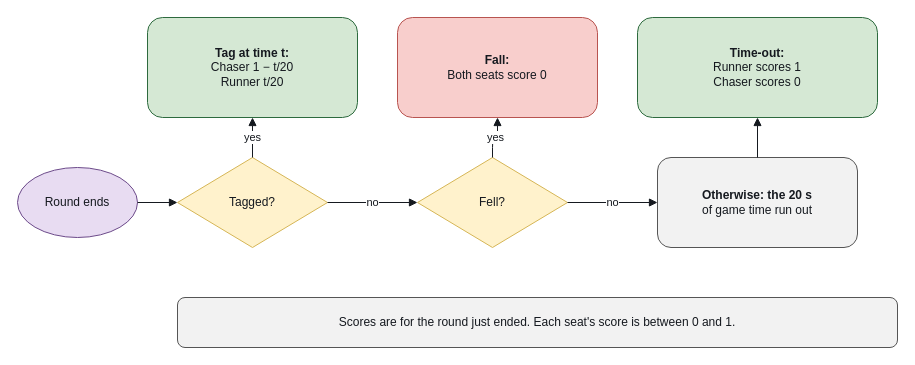
The draw.io diagram docs/diagrams/scoring.drawio in kushagrathisside/chasetag-arena, before the edit. Source tidied: cells renumbered, new cells numbered last; positions are measured from the earlier drawing's top-left corner, leaving out a move shared by most shapes. Both pictures are drawn from the tidied source at 100%, with x=0, y=0 at pixel (17, 17).
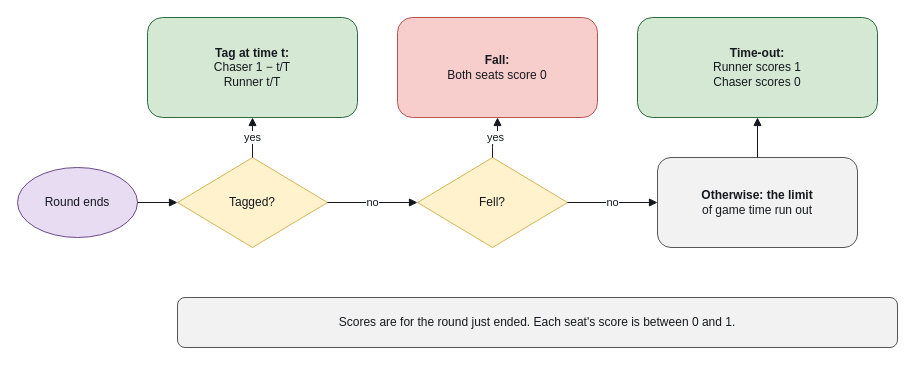
Above is the later version.

Diff of the diagram source:
```diff
@@
 <mxGraphModel>
   <root>
     <mxCell id="0" />
     <mxCell id="1" parent="0" />
     <mxCell id="2" value="Round ends" style="ellipse;whiteSpace=wrap;html=1;fontSize=12;fontColor=#15191f;fillColor=#e8dcf2;strokeColor=#6c4a8a;" parent="1" vertex="1">
       <mxGeometry y="150" width="120" height="70" as="geometry" />
     </mxCell>
     <mxCell id="3" value="Tagged?" style="rhombus;whiteSpace=wrap;html=1;fontSize=12;fontColor=#15191f;fillColor=#fff2cc;strokeColor=#d6b656;" parent="1" vertex="1">
       <mxGeometry x="160" y="140" width="150" height="90" as="geometry" />
     </mxCell>
     <mxCell id="4" value="Fell?" style="rhombus;whiteSpace=wrap;html=1;fontSize=12;fontColor=#15191f;fillColor=#fff2cc;strokeColor=#d6b656;" parent="1" vertex="1">
       <mxGeometry x="400" y="140" width="150" height="90" as="geometry" />
     </mxCell>
-    <mxCell id="5" value="&lt;b&gt;Otherwise: the 20 s&lt;/b&gt;&lt;br&gt;of game time run out" style="rounded=1;whiteSpace=wrap;html=1;fontSize=12;fontColor=#15191f;fillColor=#f2f2f2;strokeColor=#555555;" parent="1" vertex="1">
+    <mxCell id="5" value="&lt;b&gt;Otherwise: the limit&lt;/b&gt;&lt;br&gt;of game time run out" style="rounded=1;whiteSpace=wrap;html=1;fontSize=12;fontColor=#15191f;fillColor=#f2f2f2;strokeColor=#555555;" parent="1" vertex="1">
       <mxGeometry x="640" y="140" width="200" height="90" as="geometry" />
     </mxCell>
-    <mxCell id="6" value="&lt;b&gt;Tag at time t:&lt;/b&gt;&lt;br&gt;Chaser 1 − t/20&lt;br&gt;Runner t/20" style="rounded=1;whiteSpace=wrap;html=1;fontSize=12;fontColor=#15191f;fillColor=#d5e8d4;strokeColor=#2d6a3e;" parent="1" vertex="1">
+    <mxCell id="6" value="&lt;b&gt;Tag at time t:&lt;/b&gt;&lt;br&gt;Chaser 1 − t/T&lt;br&gt;Runner t/T" style="rounded=1;whiteSpace=wrap;html=1;fontSize=12;fontColor=#15191f;fillColor=#d5e8d4;strokeColor=#2d6a3e;" parent="1" vertex="1">
       <mxGeometry x="130" width="210" height="100" as="geometry" />
     </mxCell>
     <mxCell id="7" value="&lt;b&gt;Fall:&lt;/b&gt;&lt;br&gt;Both seats score 0" style="rounded=1;whiteSpace=wrap;html=1;fontSize=12;fontColor=#15191f;fillColor=#f8cecc;strokeColor=#b85450;" parent="1" vertex="1">
       <mxGeometry x="380" width="200" height="100" as="geometry" />
     </mxCell>
     <mxCell id="8" value="&lt;b&gt;Time-out:&lt;/b&gt;&lt;br&gt;Runner scores 1&lt;br&gt;Chaser scores 0" style="rounded=1;whiteSpace=wrap;html=1;fontSize=12;fontColor=#15191f;fillColor=#d5e8d4;strokeColor=#2d6a3e;" parent="1" vertex="1">
       <mxGeometry x="620" width="240" height="100" as="geometry" />
     </mxCell>
     <mxCell id="9" style="edgeStyle=orthogonalEdgeStyle;rounded=1;html=1;endArrow=block;endFill=1;fontSize=11;fontColor=#15191f;labelBackgroundColor=#ffffff;strokeColor=#15191f;" parent="1" edge="1" source="2" target="3">
       <mxGeometry relative="1" as="geometry" />
     </mxCell>
     <mxCell id="10" value="yes" style="edgeStyle=orthogonalEdgeStyle;rounded=1;html=1;endArrow=block;endFill=1;fontSize=11;fontColor=#15191f;labelBackgroundColor=#ffffff;strokeColor=#15191f;exitX=0.5;exitY=0;exitDx=0;exitDy=0;entryX=0.5;entryY=1;entryDx=0;entryDy=0;" parent="1" edge="1" source="3" target="6">
       <mxGeometry relative="1" as="geometry" />
     </mxCell>
     <mxCell id="11" value="no" style="edgeStyle=orthogonalEdgeStyle;rounded=1;html=1;endArrow=block;endFill=1;fontSize=11;fontColor=#15191f;labelBackgroundColor=#ffffff;strokeColor=#15191f;" parent="1" edge="1" source="3" target="4">
       <mxGeometry relative="1" as="geometry" />
     </mxCell>
     <mxCell id="12" value="yes" style="edgeStyle=orthogonalEdgeStyle;rounded=1;html=1;endArrow=block;endFill=1;fontSize=11;fontColor=#15191f;labelBackgroundColor=#ffffff;strokeColor=#15191f;exitX=0.5;exitY=0;exitDx=0;exitDy=0;entryX=0.5;entryY=1;entryDx=0;entryDy=0;" parent="1" edge="1" source="4" target="7">
       <mxGeometry relative="1" as="geometry" />
     </mxCell>
     <mxCell id="13" value="no" style="edgeStyle=orthogonalEdgeStyle;rounded=1;html=1;endArrow=block;endFill=1;fontSize=11;fontColor=#15191f;labelBackgroundColor=#ffffff;strokeColor=#15191f;" parent="1" edge="1" source="4" target="5">
       <mxGeometry relative="1" as="geometry" />
     </mxCell>
     <mxCell id="14" style="edgeStyle=orthogonalEdgeStyle;rounded=1;html=1;endArrow=block;endFill=1;fontSize=11;fontColor=#15191f;labelBackgroundColor=#ffffff;strokeColor=#15191f;exitX=0.5;exitY=0;exitDx=0;exitDy=0;entryX=0.5;entryY=1;entryDx=0;entryDy=0;" parent="1" edge="1" source="5" target="8">
       <mxGeometry relative="1" as="geometry" />
     </mxCell>
     <mxCell id="15" value="Scores are for the round just ended. Each seat's score is between 0 and 1." style="rounded=1;whiteSpace=wrap;html=1;fontSize=12;fontColor=#15191f;fillColor=#f2f2f2;strokeColor=#555555;" parent="1" vertex="1">
       <mxGeometry x="160" y="280" width="720" height="50" as="geometry" />
     </mxCell>
   </root>
 </mxGraphModel>
```
